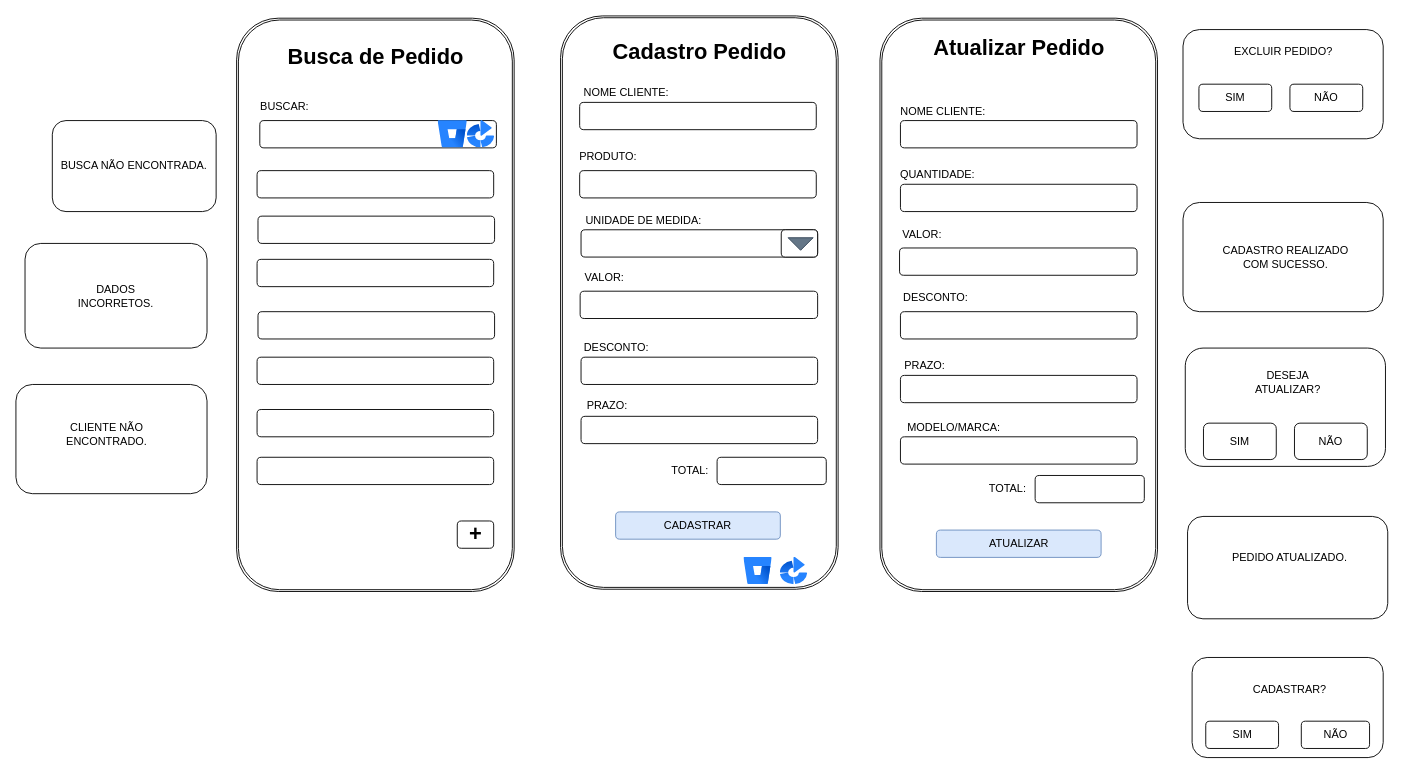
The draw.io diagram page "Página-2" (3 of 7) of DOC/tela.drawio in rafaelareisilva/avatar.app, before the edit. Source tidied: cells renumbered, new cells numbered last; positions are measured from the earlier drawing's top-left corner, leaving out a move shared by most shapes. Both pictures are drawn from the tidied source at 91%, with x=0, y=0 at pixel (15, 29).
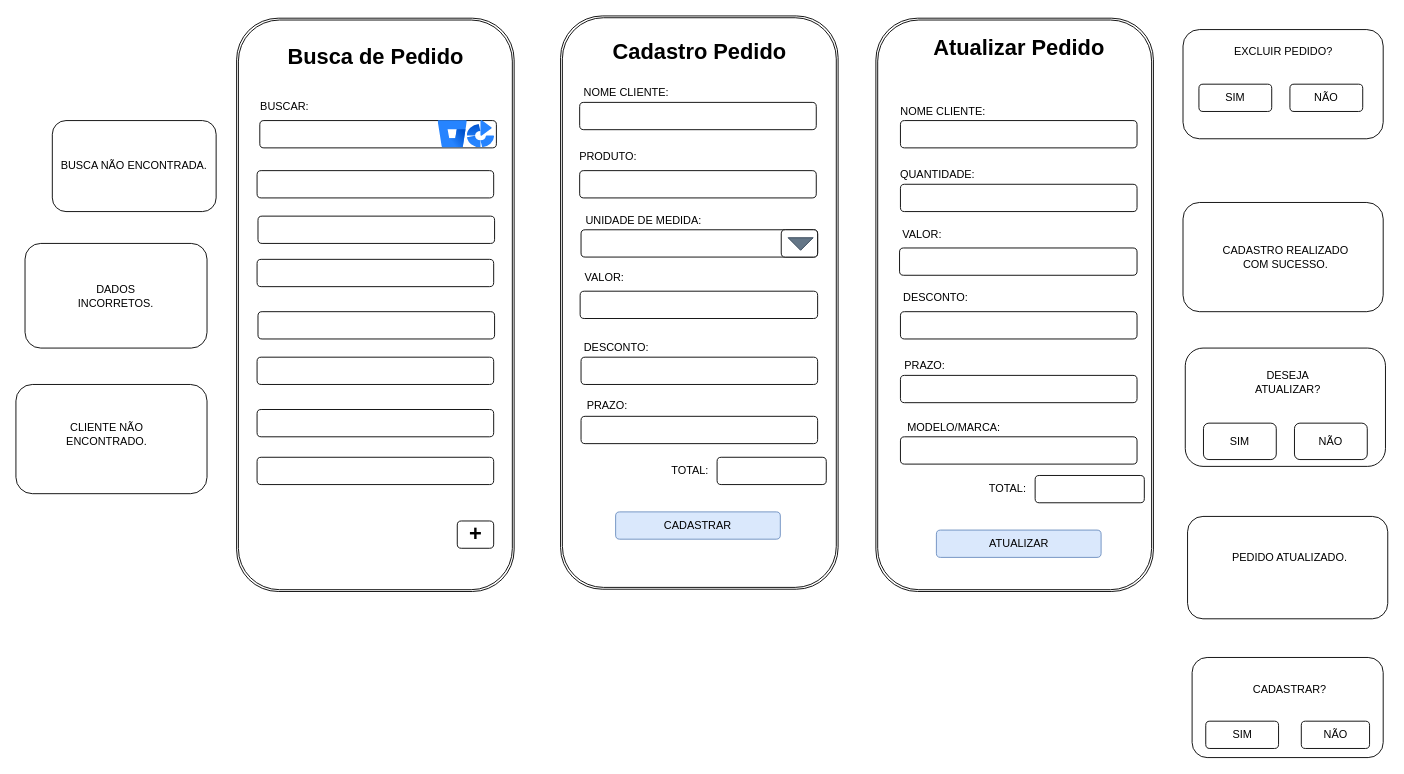
The same page after the edit.

Diff of the diagram source:
```diff
@@
     <mxCell id="2" style="shape=ext;double=1;rounded=1;whiteSpace=wrap;html=1;rotation=90;" parent="1" vertex="1">
-      <mxGeometry x="787" y="150" width="630" height="305" as="geometry" />
+      <mxGeometry x="782.5" y="150" width="630" height="305" as="geometry" />
     </mxCell>
@@
-    <mxCell id="27" style="image;html=1;image=img/lib/atlassian/Bamboo_Logo.svg;" parent="1" vertex="1">
-      <mxGeometry x="840" y="580" width="30" height="30" as="geometry" />
-    </mxCell>
@@
-    <mxCell id="34" style="image;html=1;image=img/lib/atlassian/Bitbucket_Logo.svg;" parent="1" vertex="1">
-      <mxGeometry x="800" y="580" width="31" height="30" as="geometry" />
-    </mxCell>
```
